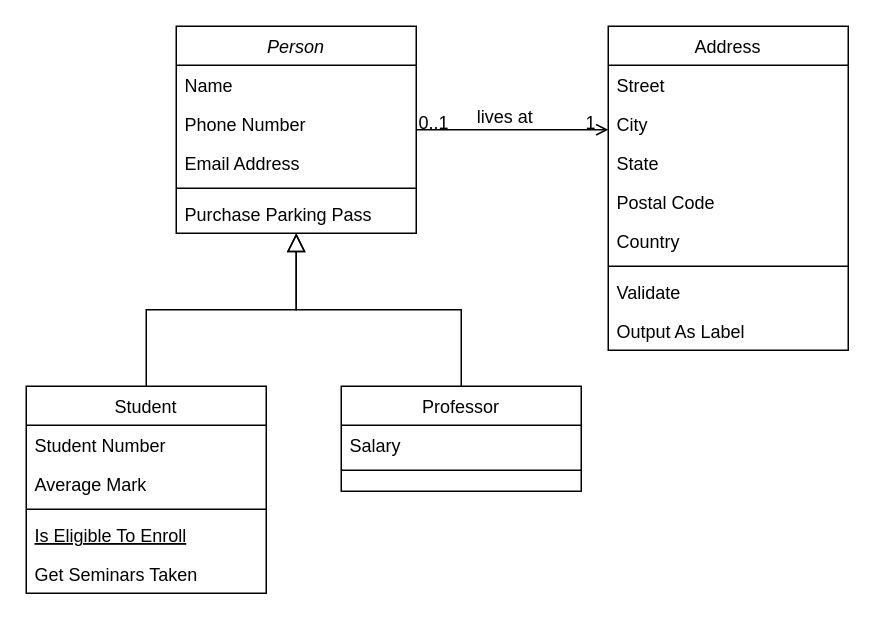
Earlier version of the draw.io diagram Diagramme sans nom.drawio (kongphengta/PressApp). Source tidied: cells renumbered, new cells numbered last; positions are measured from the earlier drawing's top-left corner, leaving out a move shared by most shapes. Both pictures are drawn from the tidied source at 150%, with x=0, y=0 at pixel (26, 26).
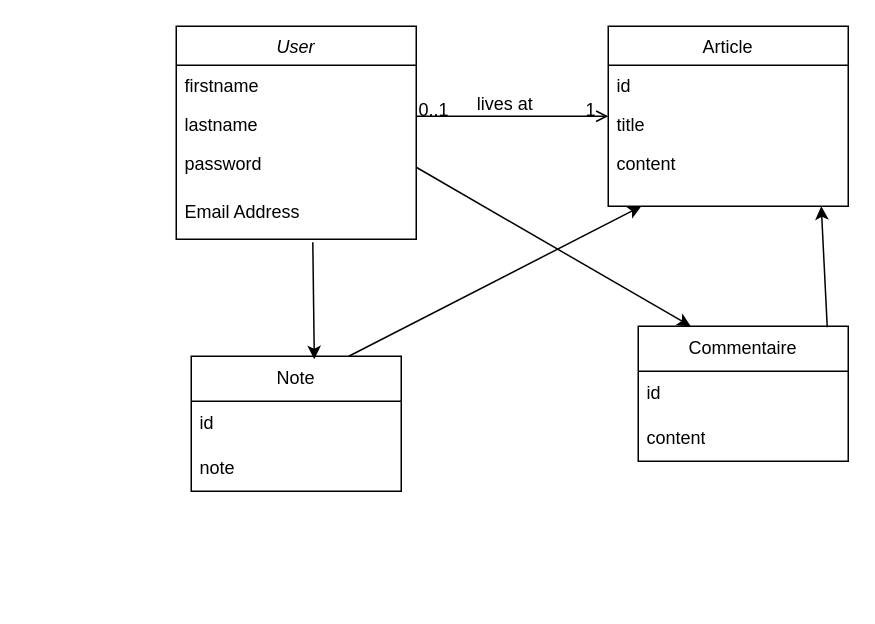
The same page after the edit.

Commit message (it also covers changes not shown here):
Mettre à jour Diagramme sans nom.drawio

Change to the diagram source:
```diff
@@
-    <mxCell id="2" value="Person" style="swimlane;fontStyle=2;align=center;verticalAlign=top;horizontal=1;startSize=26;rounded=0;shadow=0;strokeWidth=1;" parent="1" vertex="1">
-      <mxGeometry x="100" width="160" height="138" as="geometry" />
+    <mxCell id="2" value="User" style="swimlane;fontStyle=2;align=center;verticalAlign=top;horizontal=1;startSize=26;rounded=0;shadow=0;strokeWidth=1;" parent="1" vertex="1">
+      <mxGeometry x="100" width="160" height="142" as="geometry" />
     </mxCell>
-    <mxCell id="3" value="Name" style="text;align=left;verticalAlign=top;spacingLeft=4;spacingRight=4;overflow=hidden;" parent="2" vertex="1">
+    <mxCell id="3" value="firstname" style="text;align=left;verticalAlign=top;spacingLeft=4;spacingRight=4;overflow=hidden;" parent="2" vertex="1">
       <mxGeometry y="26" width="160" height="26" as="geometry" />
     </mxCell>
-    <mxCell id="4" value="Phone Number" style="text;align=left;verticalAlign=top;spacingLeft=4;spacingRight=4;overflow=hidden;rounded=0;shadow=0;html=0;" parent="2" vertex="1">
+    <mxCell id="4" value="lastname" style="text;align=left;verticalAlign=top;spacingLeft=4;spacingRight=4;overflow=hidden;rounded=0;shadow=0;html=0;" parent="2" vertex="1">
       <mxGeometry y="52" width="160" height="26" as="geometry" />
     </mxCell>
-    <mxCell id="5" value="Email Address" style="text;align=left;verticalAlign=top;spacingLeft=4;spacingRight=4;overflow=hidden;points=[[0,0.5],[1,0.5]];portConstraint=eastwest;rounded=0;shadow=0;html=0;" parent="2" vertex="1">
-      <mxGeometry y="78" width="160" height="26" as="geometry" />
+    <mxCell id="5" value="password" style="text;align=left;verticalAlign=top;spacingLeft=4;spacingRight=4;overflow=hidden;points=[[0,0.5],[1,0.5]];portConstraint=eastwest;rounded=0;shadow=0;html=0;" parent="2" vertex="1">
+      <mxGeometry y="78" width="160" height="32" as="geometry" />
     </mxCell>
-    <mxCell id="6" style="line;html=1;strokeWidth=1;align=left;verticalAlign=middle;spacingTop=-1;spacingLeft=3;spacingRight=3;labelPosition=right;" parent="2" vertex="1">
-      <mxGeometry y="104" width="160" height="8" as="geometry" />
-    </mxCell>
-    <mxCell id="7" value="Purchase Parking Pass" style="text;align=left;verticalAlign=top;spacingLeft=4;spacingRight=4;overflow=hidden;" parent="2" vertex="1">
-      <mxGeometry y="112" width="160" height="26" as="geometry" />
-    </mxCell>
-    <mxCell id="8" value="Student" style="swimlane;fontStyle=0;align=center;verticalAlign=top;horizontal=1;startSize=26;rounded=0;shadow=0;strokeWidth=1;" parent="1" vertex="1">
-      <mxGeometry y="240" width="160" height="138" as="geometry" />
-    </mxCell>
-    <mxCell id="9" value="Student Number" style="text;align=left;verticalAlign=top;spacingLeft=4;spacingRight=4;overflow=hidden;" parent="8" vertex="1">
-      <mxGeometry y="26" width="160" height="26" as="geometry" />
-    </mxCell>
-    <mxCell id="10" value="Average Mark" style="text;align=left;verticalAlign=top;spacingLeft=4;spacingRight=4;overflow=hidden;rounded=0;shadow=0;html=0;" parent="8" vertex="1">
-      <mxGeometry y="52" width="160" height="26" as="geometry" />
-    </mxCell>
-    <mxCell id="11" style="line;html=1;strokeWidth=1;align=left;verticalAlign=middle;spacingTop=-1;spacingLeft=3;spacingRight=3;labelPosition=right;" parent="8" vertex="1">
-      <mxGeometry y="78" width="160" height="8" as="geometry" />
-    </mxCell>
-    <mxCell id="12" value="Is Eligible To Enroll" style="text;align=left;verticalAlign=top;spacingLeft=4;spacingRight=4;overflow=hidden;fontStyle=4;" parent="8" vertex="1">
-      <mxGeometry y="86" width="160" height="26" as="geometry" />
-    </mxCell>
-    <mxCell id="13" value="Get Seminars Taken" style="text;align=left;verticalAlign=top;spacingLeft=4;spacingRight=4;overflow=hidden;" parent="8" vertex="1">
-      <mxGeometry y="112" width="160" height="26" as="geometry" />
-    </mxCell>
-    <mxCell id="14" style="endArrow=block;endSize=10;endFill=0;shadow=0;strokeWidth=1;rounded=0;curved=0;edgeStyle=elbowEdgeStyle;elbow=vertical;" parent="1" edge="1" source="8" target="2">
-      <mxGeometry relative="1" as="geometry" />
-    </mxCell>
-    <mxCell id="15" value="Professor" style="swimlane;fontStyle=0;align=center;verticalAlign=top;horizontal=1;startSize=26;rounded=0;shadow=0;strokeWidth=1;" parent="1" vertex="1">
-      <mxGeometry x="210" y="240" width="160" height="70" as="geometry" />
-    </mxCell>
-    <mxCell id="16" value="Salary" style="text;align=left;verticalAlign=top;spacingLeft=4;spacingRight=4;overflow=hidden;" parent="15" vertex="1">
-      <mxGeometry y="26" width="160" height="26" as="geometry" />
-    </mxCell>
-    <mxCell id="17" style="line;html=1;strokeWidth=1;align=left;verticalAlign=middle;spacingTop=-1;spacingLeft=3;spacingRight=3;labelPosition=right;" parent="15" vertex="1">
-      <mxGeometry y="52" width="160" height="8" as="geometry" />
-    </mxCell>
-    <mxCell id="18" style="endArrow=block;endSize=10;endFill=0;shadow=0;strokeWidth=1;rounded=0;curved=0;edgeStyle=elbowEdgeStyle;elbow=vertical;" parent="1" edge="1" source="15" target="2">
-      <mxGeometry relative="1" as="geometry" />
-    </mxCell>
+    <mxCell id="32" value="Email Address" style="text;align=left;verticalAlign=top;spacingLeft=4;spacingRight=4;overflow=hidden;points=[[0,0.5],[1,0.5]];portConstraint=eastwest;rounded=0;shadow=0;html=0;" parent="2" vertex="1">
+      <mxGeometry y="110" width="160" height="32" as="geometry" />
+    </mxCell>
-    <mxCell id="19" value="Address" style="swimlane;fontStyle=0;align=center;verticalAlign=top;horizontal=1;startSize=26;rounded=0;shadow=0;strokeWidth=1;" parent="1" vertex="1">
-      <mxGeometry x="388" width="160" height="216" as="geometry" />
+    <mxCell id="19" value="Article" style="swimlane;fontStyle=0;align=center;verticalAlign=top;horizontal=1;startSize=26;rounded=0;shadow=0;strokeWidth=1;" parent="1" vertex="1">
+      <mxGeometry x="388" width="160" height="120" as="geometry" />
     </mxCell>
-    <mxCell id="20" value="Street" style="text;align=left;verticalAlign=top;spacingLeft=4;spacingRight=4;overflow=hidden;" parent="19" vertex="1">
+    <mxCell id="20" value="id" style="text;align=left;verticalAlign=top;spacingLeft=4;spacingRight=4;overflow=hidden;" parent="19" vertex="1">
       <mxGeometry y="26" width="160" height="26" as="geometry" />
     </mxCell>
-    <mxCell id="21" value="City" style="text;align=left;verticalAlign=top;spacingLeft=4;spacingRight=4;overflow=hidden;rounded=0;shadow=0;html=0;" parent="19" vertex="1">
+    <mxCell id="21" value="title" style="text;align=left;verticalAlign=top;spacingLeft=4;spacingRight=4;overflow=hidden;rounded=0;shadow=0;html=0;" parent="19" vertex="1">
       <mxGeometry y="52" width="160" height="26" as="geometry" />
     </mxCell>
-    <mxCell id="22" value="State" style="text;align=left;verticalAlign=top;spacingLeft=4;spacingRight=4;overflow=hidden;rounded=0;shadow=0;html=0;" parent="19" vertex="1">
+    <mxCell id="22" value="content&#10;" style="text;align=left;verticalAlign=top;spacingLeft=4;spacingRight=4;overflow=hidden;rounded=0;shadow=0;html=0;" parent="19" vertex="1">
       <mxGeometry y="78" width="160" height="26" as="geometry" />
     </mxCell>
-    <mxCell id="23" value="Postal Code" style="text;align=left;verticalAlign=top;spacingLeft=4;spacingRight=4;overflow=hidden;rounded=0;shadow=0;html=0;" parent="19" vertex="1">
-      <mxGeometry y="104" width="160" height="26" as="geometry" />
-    </mxCell>
-    <mxCell id="24" value="Country" style="text;align=left;verticalAlign=top;spacingLeft=4;spacingRight=4;overflow=hidden;rounded=0;shadow=0;html=0;" parent="19" vertex="1">
-      <mxGeometry y="130" width="160" height="26" as="geometry" />
-    </mxCell>
-    <mxCell id="25" style="line;html=1;strokeWidth=1;align=left;verticalAlign=middle;spacingTop=-1;spacingLeft=3;spacingRight=3;labelPosition=right;" parent="19" vertex="1">
-      <mxGeometry y="156" width="160" height="8" as="geometry" />
-    </mxCell>
-    <mxCell id="26" value="Validate" style="text;align=left;verticalAlign=top;spacingLeft=4;spacingRight=4;overflow=hidden;" parent="19" vertex="1">
-      <mxGeometry y="164" width="160" height="26" as="geometry" />
-    </mxCell>
-    <mxCell id="27" value="Output As Label" style="text;align=left;verticalAlign=top;spacingLeft=4;spacingRight=4;overflow=hidden;" parent="19" vertex="1">
-      <mxGeometry y="190" width="160" height="26" as="geometry" />
-    </mxCell>
@@
+    <mxCell id="33" value="Commentaire" style="swimlane;fontStyle=0;horizontal=1;startSize=30;whiteSpace=wrap;html=1;" parent="1" vertex="1">
+      <mxGeometry x="408" y="200" width="140" height="90" as="geometry" />
+    </mxCell>
+    <mxCell id="34" value="id" style="text;strokeColor=none;fillColor=none;align=left;verticalAlign=middle;spacingLeft=4;spacingRight=4;overflow=hidden;whiteSpace=wrap;html=1;" parent="33" vertex="1">
+      <mxGeometry y="30" width="140" height="30" as="geometry" />
+    </mxCell>
+    <mxCell id="35" value="content" style="text;strokeColor=none;fillColor=none;align=left;verticalAlign=middle;spacingLeft=4;spacingRight=4;overflow=hidden;whiteSpace=wrap;html=1;" parent="33" vertex="1">
+      <mxGeometry y="60" width="140" height="30" as="geometry" />
+    </mxCell>
+    <mxCell id="36" style="endArrow=classic;html=1;rounded=0;exitX=1;exitY=0.5;exitDx=0;exitDy=0;entryX=0.25;entryY=0;entryDx=0;entryDy=0;" parent="1" edge="1" source="5" target="33">
+      <mxGeometry relative="1" as="geometry" />
+    </mxCell>
+    <mxCell id="37" style="endArrow=classic;html=1;rounded=0;exitX=0.9;exitY=0.008;exitDx=0;exitDy=0;exitPerimeter=0;" parent="1" edge="1" source="33">
+      <mxGeometry relative="1" as="geometry">
+        <mxPoint x="530" y="120" as="targetPoint" />
+      </mxGeometry>
+    </mxCell>
+    <mxCell id="38" value="Note" style="swimlane;fontStyle=0;horizontal=1;startSize=30;whiteSpace=wrap;html=1;" parent="1" vertex="1">
+      <mxGeometry x="110" y="220" width="140" height="90" as="geometry" />
+    </mxCell>
+    <mxCell id="39" value="id" style="text;strokeColor=none;fillColor=none;align=left;verticalAlign=middle;spacingLeft=4;spacingRight=4;overflow=hidden;whiteSpace=wrap;html=1;" parent="38" vertex="1">
+      <mxGeometry y="30" width="140" height="30" as="geometry" />
+    </mxCell>
+    <mxCell id="40" value="note" style="text;strokeColor=none;fillColor=none;align=left;verticalAlign=middle;spacingLeft=4;spacingRight=4;overflow=hidden;whiteSpace=wrap;html=1;" parent="38" vertex="1">
+      <mxGeometry y="60" width="140" height="30" as="geometry" />
+    </mxCell>
+    <mxCell id="41" style="endArrow=classic;html=1;rounded=0;entryX=0.586;entryY=0.022;entryDx=0;entryDy=0;entryPerimeter=0;exitX=0.569;exitY=1.063;exitDx=0;exitDy=0;exitPerimeter=0;" parent="1" edge="1" source="32" target="38">
+      <mxGeometry relative="1" as="geometry" />
+    </mxCell>
+    <mxCell id="42" style="endArrow=classic;html=1;rounded=0;exitX=0.75;exitY=0;exitDx=0;exitDy=0;" parent="1" edge="1" source="38">
+      <mxGeometry relative="1" as="geometry">
+        <mxPoint x="410" y="120" as="targetPoint" />
+      </mxGeometry>
+    </mxCell>
```
